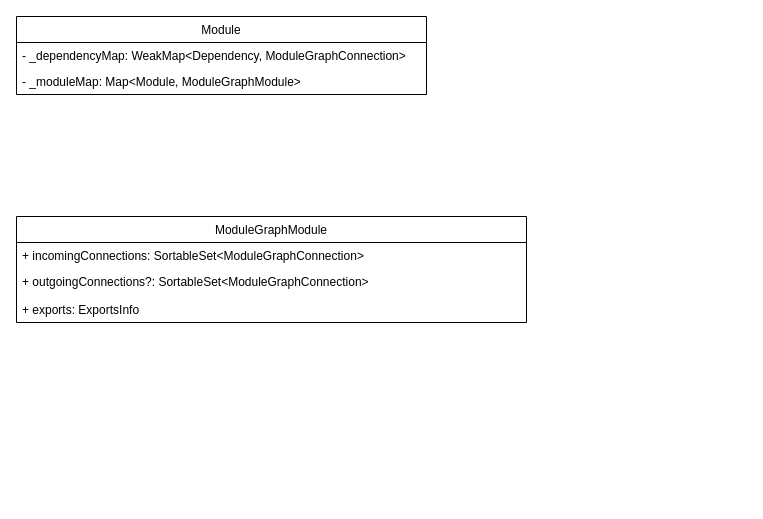
Before: webpackModuleGraph.drawio in circlesharp/touch-fish, a draw.io diagram. Source tidied: cells renumbered, new cells numbered last; positions are measured from the earlier drawing's top-left corner, leaving out a move shared by most shapes. Both pictures are drawn from the tidied source at 100%, with x=0, y=0 at pixel (16, 16).
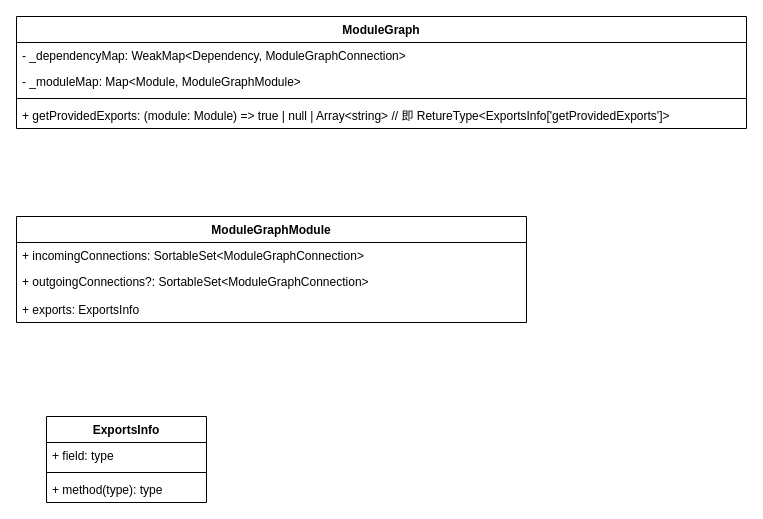
The same diagram, later.

What changed in the source:
```diff
@@
 <mxGraphModel>
   <root>
     <mxCell id="0" />
     <mxCell id="1" parent="0" />
-    <mxCell id="2" value="Module" style="swimlane;fontStyle=0;horizontal=1;startSize=26;fillColor=none;" parent="1" vertex="1">
-      <mxGeometry width="410" height="78" as="geometry" />
+    <mxCell id="2" value="ModuleGraph" style="swimlane;fontStyle=1;horizontal=1;startSize=26;fillColor=none;" parent="1" vertex="1">
+      <mxGeometry width="730" height="112" as="geometry" />
     </mxCell>
     <mxCell id="3" value="- _dependencyMap: WeakMap&lt;Dependency, ModuleGraphConnection&gt;" style="text;strokeColor=none;fillColor=none;align=left;verticalAlign=top;spacingLeft=4;spacingRight=4;overflow=hidden;" parent="2" vertex="1">
-      <mxGeometry y="26" width="410" height="26" as="geometry" />
+      <mxGeometry y="26" width="730" height="26" as="geometry" />
     </mxCell>
     <mxCell id="4" value="- _moduleMap: Map&lt;Module, ModuleGraphModule&gt;" style="text;strokeColor=none;fillColor=none;align=left;verticalAlign=top;spacingLeft=4;spacingRight=4;overflow=hidden;" parent="2" vertex="1">
-      <mxGeometry y="52" width="410" height="26" as="geometry" />
+      <mxGeometry y="52" width="730" height="26" as="geometry" />
     </mxCell>
+    <mxCell id="9" style="line;strokeWidth=1;fillColor=none;align=left;verticalAlign=middle;spacingTop=-1;spacingLeft=3;spacingRight=3;labelPosition=right;" parent="2" vertex="1">
+      <mxGeometry y="78" width="730" height="8" as="geometry" />
+    </mxCell>
+    <mxCell id="10" value="+ getProvidedExports: (module: Module) =&gt; true | null | Array&lt;string&gt; // 即 RetureType&lt;ExportsInfo['getProvidedExports']&gt;" style="text;strokeColor=none;fillColor=none;align=left;verticalAlign=top;spacingLeft=4;spacingRight=4;overflow=hidden;" parent="2" vertex="1">
+      <mxGeometry y="86" width="730" height="26" as="geometry" />
+    </mxCell>
-    <mxCell id="5" value="ModuleGraphModule" style="swimlane;fontStyle=0;horizontal=1;startSize=26;fillColor=none;" parent="1" vertex="1">
+    <mxCell id="5" value="ModuleGraphModule" style="swimlane;fontStyle=1;horizontal=1;startSize=26;fillColor=none;" parent="1" vertex="1">
       <mxGeometry y="200" width="510" height="106" as="geometry" />
     </mxCell>
     <mxCell id="6" value="+ incomingConnections: SortableSet&lt;ModuleGraphConnection&gt;" style="text;strokeColor=none;fillColor=none;align=left;verticalAlign=top;spacingLeft=4;spacingRight=4;overflow=hidden;" parent="5" vertex="1">
       <mxGeometry y="26" width="510" height="26" as="geometry" />
     </mxCell>
     <mxCell id="7" value="+ outgoingConnections?: SortableSet&lt;ModuleGraphConnection&gt;" style="text;strokeColor=none;fillColor=none;align=left;verticalAlign=top;spacingLeft=4;spacingRight=4;overflow=hidden;" parent="5" vertex="1">
       <mxGeometry y="52" width="510" height="28" as="geometry" />
     </mxCell>
     <mxCell id="8" value="+ exports: ExportsInfo" style="text;strokeColor=none;fillColor=none;align=left;verticalAlign=top;spacingLeft=4;spacingRight=4;overflow=hidden;" parent="5" vertex="1">
       <mxGeometry y="80" width="510" height="26" as="geometry" />
     </mxCell>
+    <mxCell id="11" value="ExportsInfo" style="swimlane;fontStyle=1;align=center;verticalAlign=top;horizontal=1;startSize=26;" parent="1" vertex="1">
+      <mxGeometry x="30" y="400" width="160" height="86" as="geometry" />
+    </mxCell>
+    <mxCell id="12" value="+ field: type" style="text;strokeColor=none;fillColor=none;align=left;verticalAlign=top;spacingLeft=4;spacingRight=4;overflow=hidden;" parent="11" vertex="1">
+      <mxGeometry y="26" width="160" height="26" as="geometry" />
+    </mxCell>
+    <mxCell id="13" style="line;strokeWidth=1;fillColor=none;align=left;verticalAlign=middle;spacingTop=-1;spacingLeft=3;spacingRight=3;labelPosition=right;" parent="11" vertex="1">
+      <mxGeometry y="52" width="160" height="8" as="geometry" />
+    </mxCell>
+    <mxCell id="14" value="+ method(type): type" style="text;strokeColor=none;fillColor=none;align=left;verticalAlign=top;spacingLeft=4;spacingRight=4;overflow=hidden;" parent="11" vertex="1">
+      <mxGeometry y="60" width="160" height="26" as="geometry" />
+    </mxCell>
   </root>
 </mxGraphModel>
```
